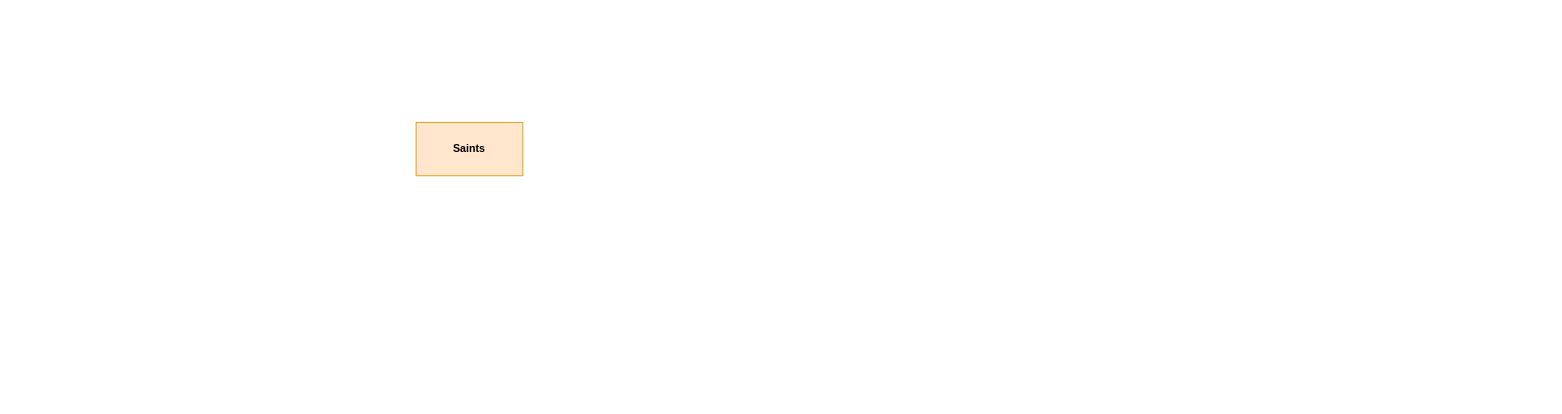
the-catholics/Saints-API keeps this draw.io diagram as Documentation/ConceptualModel.drawio. Above is the earlier version. Source tidied: cells renumbered, new cells numbered last; positions are measured from the earlier drawing's top-left corner, leaving out a move shared by most shapes. Both pictures are drawn from the tidied source at 89%, with x=0, y=0 at pixel (416, 122).
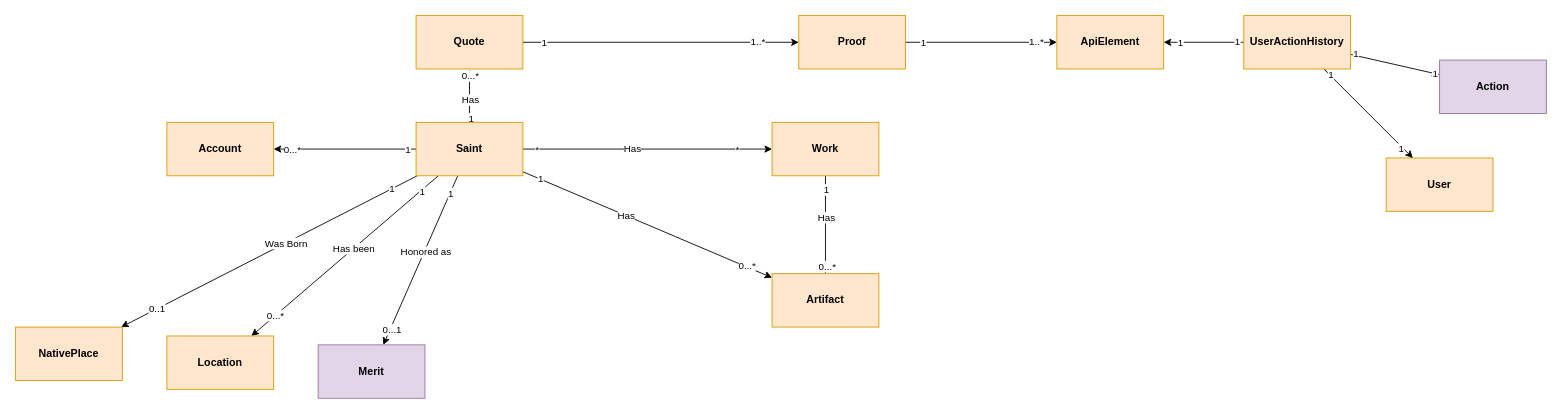
The same diagram, later.

Change to the diagram source:
```diff
@@
+    <mxCell id="3" style="rounded=0;jettySize=auto;html=1;" parent="1" edge="1" source="2" target="34">
+      <mxGeometry relative="1" as="geometry" />
+    </mxCell>
+    <mxCell id="4" value="*" style="edgeLabel;html=1;align=center;verticalAlign=middle;" parent="3" vertex="1">
+      <mxGeometry x="-0.89" relative="1" as="geometry" />
+    </mxCell>
+    <mxCell id="5" value="*" style="edgeLabel;html=1;align=center;verticalAlign=middle;" parent="3" vertex="1">
+      <mxGeometry x="0.76" relative="1" as="geometry">
+        <mxPoint x="-6" as="offset" />
+      </mxGeometry>
+    </mxCell>
+    <mxCell id="6" value="Has" style="edgeLabel;html=1;align=center;verticalAlign=middle;" parent="3" vertex="1">
+      <mxGeometry x="-0.13" y="1" relative="1" as="geometry" />
+    </mxCell>
+    <mxCell id="7" style="edgeStyle=none;rounded=0;jettySize=auto;html=1;" parent="1" edge="1" source="2" target="35">
+      <mxGeometry relative="1" as="geometry" />
+    </mxCell>
+    <mxCell id="8" value="1" style="edgeLabel;html=1;align=center;verticalAlign=middle;" parent="7" vertex="1">
+      <mxGeometry x="-0.83" relative="1" as="geometry" />
+    </mxCell>
+    <mxCell id="9" value="0..1" style="edgeLabel;html=1;align=center;verticalAlign=middle;" parent="7" vertex="1">
+      <mxGeometry x="0.76" relative="1" as="geometry" />
+    </mxCell>
+    <mxCell id="10" value="Was Born" style="edgeLabel;html=1;align=center;verticalAlign=middle;" parent="7" vertex="1">
+      <mxGeometry x="-0.11" relative="1" as="geometry" />
+    </mxCell>
+    <mxCell id="11" style="edgeStyle=none;rounded=0;jettySize=auto;html=1;" parent="1" edge="1" source="2" target="36">
+      <mxGeometry relative="1" as="geometry" />
+    </mxCell>
+    <mxCell id="12" value="Has been" style="edgeLabel;html=1;align=center;verticalAlign=middle;" parent="11" vertex="1">
+      <mxGeometry x="-0.09" relative="1" as="geometry" />
+    </mxCell>
+    <mxCell id="13" value="1" style="edgeLabel;html=1;align=center;verticalAlign=middle;" parent="11" vertex="1">
+      <mxGeometry x="-0.82" y="1" relative="1" as="geometry" />
+    </mxCell>
+    <mxCell id="14" value="0...*" style="edgeLabel;html=1;align=center;verticalAlign=middle;" parent="11" vertex="1">
+      <mxGeometry x="0.74" y="-1" relative="1" as="geometry" />
+    </mxCell>
+    <mxCell id="15" style="edgeStyle=none;rounded=0;jettySize=auto;html=1;" parent="1" edge="1" source="2" target="40">
+      <mxGeometry relative="1" as="geometry" />
+    </mxCell>
+    <mxCell id="16" value="1" style="edgeLabel;html=1;align=center;verticalAlign=middle;" parent="15" vertex="1">
+      <mxGeometry x="-0.84" y="-1" relative="1" as="geometry" />
+    </mxCell>
+    <mxCell id="17" value="0...*" style="edgeLabel;html=1;align=center;verticalAlign=middle;" parent="15" vertex="1">
+      <mxGeometry x="0.76" relative="1" as="geometry" />
+    </mxCell>
+    <mxCell id="18" value="Has" style="edgeLabel;html=1;align=center;verticalAlign=middle;" parent="15" vertex="1">
+      <mxGeometry x="-0.15" relative="1" as="geometry" />
+    </mxCell>
+    <mxCell id="19" style="rounded=0;jettySize=auto;html=1;" parent="1" edge="1" source="2" target="41">
+      <mxGeometry relative="1" as="geometry" />
+    </mxCell>
+    <mxCell id="20" value="1" style="edgeLabel;html=1;align=center;verticalAlign=middle;" parent="19" vertex="1">
+      <mxGeometry x="-0.86" y="1" relative="1" as="geometry" />
+    </mxCell>
+    <mxCell id="21" value="0...*" style="edgeLabel;html=1;align=center;verticalAlign=middle;" parent="19" vertex="1">
+      <mxGeometry x="0.79" y="2" relative="1" as="geometry" />
+    </mxCell>
+    <mxCell id="22" value="Has" style="edgeLabel;html=1;align=center;verticalAlign=middle;" parent="19" vertex="1">
+      <mxGeometry x="-0.18" relative="1" as="geometry" />
+    </mxCell>
+    <mxCell id="23" style="edgeStyle=none;rounded=0;jettySize=auto;html=1;" parent="1" edge="1" source="2" target="46">
+      <mxGeometry relative="1" as="geometry" />
+    </mxCell>
+    <mxCell id="24" value="1" style="edgeLabel;html=1;align=center;verticalAlign=middle;" parent="23" vertex="1">
+      <mxGeometry x="-0.87" relative="1" as="geometry" />
+    </mxCell>
+    <mxCell id="25" value="0...*" style="edgeLabel;html=1;align=center;verticalAlign=middle;" parent="23" vertex="1">
+      <mxGeometry x="0.8" relative="1" as="geometry">
+        <mxPoint x="4" as="offset" />
+      </mxGeometry>
+    </mxCell>
+    <mxCell id="26" style="edgeStyle=none;rounded=0;jettySize=auto;html=1;" parent="1" edge="1" source="2" target="48">
+      <mxGeometry relative="1" as="geometry" />
+    </mxCell>
+    <mxCell id="27" value="1" style="edgeLabel;html=1;align=center;verticalAlign=middle;" parent="26" vertex="1">
+      <mxGeometry x="-0.8" relative="1" as="geometry" />
+    </mxCell>
+    <mxCell id="28" value="0...1" style="edgeLabel;html=1;align=center;verticalAlign=middle;" parent="26" vertex="1">
+      <mxGeometry x="0.81" y="1" relative="1" as="geometry" />
+    </mxCell>
+    <mxCell id="29" value="Honored as" style="edgeLabel;html=1;align=center;verticalAlign=middle;" parent="26" vertex="1">
+      <mxGeometry x="-0.1" y="1" relative="1" as="geometry" />
+    </mxCell>
-    <mxCell id="2" value="&lt;b&gt;Saints&lt;/b&gt;" style="rounded=0;whiteSpace=wrap;html=1;fillColor=#ffe6cc;strokeColor=#d79b00;" parent="1" vertex="1">
+    <mxCell id="2" value="&lt;b&gt;Saint&lt;/b&gt;" style="rounded=0;whiteSpace=wrap;html=1;fillColor=#ffe6cc;strokeColor=#d79b00;" parent="1" vertex="1">
       <mxGeometry width="120" height="60" as="geometry" />
     </mxCell>
+    <mxCell id="30" style="edgeStyle=none;rounded=0;jettySize=auto;html=1;" parent="1" edge="1" source="34" target="41">
+      <mxGeometry relative="1" as="geometry" />
+    </mxCell>
+    <mxCell id="31" value="Has" style="edgeLabel;html=1;align=center;verticalAlign=middle;" parent="30" vertex="1">
+      <mxGeometry x="-0.17" relative="1" as="geometry" />
+    </mxCell>
+    <mxCell id="32" value="1" style="edgeLabel;html=1;align=center;verticalAlign=middle;" parent="30" vertex="1">
+      <mxGeometry x="-0.91" relative="1" as="geometry">
+        <mxPoint y="10" as="offset" />
+      </mxGeometry>
+    </mxCell>
+    <mxCell id="33" value="0...*" style="edgeLabel;html=1;align=center;verticalAlign=middle;" parent="30" vertex="1">
+      <mxGeometry x="0.84" y="1" relative="1" as="geometry" />
+    </mxCell>
+    <mxCell id="34" value="&lt;b&gt;Work&lt;/b&gt;" style="rounded=0;whiteSpace=wrap;html=1;fillColor=#ffe6cc;strokeColor=#d79b00;" parent="1" vertex="1">
+      <mxGeometry x="400" width="120" height="60" as="geometry" />
+    </mxCell>
+    <mxCell id="35" value="&lt;b&gt;NativePlace&lt;br&gt;&lt;/b&gt;" style="rounded=0;whiteSpace=wrap;html=1;fillColor=#ffe6cc;strokeColor=#d79b00;" parent="1" vertex="1">
+      <mxGeometry x="-450" y="230" width="120" height="60" as="geometry" />
+    </mxCell>
+    <mxCell id="36" value="&lt;b&gt;Location&lt;/b&gt;" style="rounded=0;whiteSpace=wrap;html=1;fillColor=#ffe6cc;strokeColor=#d79b00;" parent="1" vertex="1">
+      <mxGeometry x="-280" y="240" width="120" height="60" as="geometry" />
+    </mxCell>
+    <mxCell id="37" style="edgeStyle=none;rounded=0;jettySize=auto;html=1;" parent="1" edge="1" source="40" target="45">
+      <mxGeometry relative="1" as="geometry" />
+    </mxCell>
+    <mxCell id="38" value="1" style="edgeLabel;html=1;align=center;verticalAlign=middle;" parent="37" vertex="1">
+      <mxGeometry x="-0.85" relative="1" as="geometry" />
+    </mxCell>
+    <mxCell id="39" value="1..*" style="edgeLabel;html=1;align=center;verticalAlign=middle;" parent="37" vertex="1">
+      <mxGeometry x="0.73" y="1" relative="1" as="geometry">
+        <mxPoint x="-5" as="offset" />
+      </mxGeometry>
+    </mxCell>
+    <mxCell id="40" value="&lt;b&gt;Quote&lt;/b&gt;" style="rounded=0;whiteSpace=wrap;html=1;fillColor=#ffe6cc;strokeColor=#d79b00;" parent="1" vertex="1">
+      <mxGeometry y="-120" width="120" height="60" as="geometry" />
+    </mxCell>
+    <mxCell id="41" value="&lt;b&gt;Artifact&lt;br&gt;&lt;/b&gt;" style="rounded=0;whiteSpace=wrap;html=1;fillColor=#ffe6cc;strokeColor=#d79b00;" parent="1" vertex="1">
+      <mxGeometry x="400" y="170" width="120" height="60" as="geometry" />
+    </mxCell>
+    <mxCell id="42" style="edgeStyle=none;rounded=0;jettySize=auto;html=1;" parent="1" edge="1" source="45" target="47">
+      <mxGeometry relative="1" as="geometry" />
+    </mxCell>
+    <mxCell id="43" value="1" style="edgeLabel;html=1;align=center;verticalAlign=middle;" parent="42" vertex="1">
+      <mxGeometry x="-0.78" relative="1" as="geometry" />
+    </mxCell>
+    <mxCell id="44" value="1..*" style="edgeLabel;html=1;align=center;verticalAlign=middle;" parent="42" vertex="1">
+      <mxGeometry x="0.72" y="1" relative="1" as="geometry" />
+    </mxCell>
+    <mxCell id="45" value="&lt;b&gt;Proof&lt;/b&gt;" style="rounded=0;whiteSpace=wrap;html=1;fillColor=#ffe6cc;strokeColor=#d79b00;" parent="1" vertex="1">
+      <mxGeometry x="430" y="-120" width="120" height="60" as="geometry" />
+    </mxCell>
+    <mxCell id="46" value="&lt;b&gt;Account&lt;/b&gt;" style="rounded=0;whiteSpace=wrap;html=1;fillColor=#ffe6cc;strokeColor=#d79b00;" parent="1" vertex="1">
+      <mxGeometry x="-280" width="120" height="60" as="geometry" />
+    </mxCell>
+    <mxCell id="47" value="&lt;b&gt;ApiElement&lt;/b&gt;" style="rounded=0;whiteSpace=wrap;html=1;fillColor=#ffe6cc;strokeColor=#d79b00;" parent="1" vertex="1">
+      <mxGeometry x="720" y="-120" width="120" height="60" as="geometry" />
+    </mxCell>
+    <mxCell id="48" value="&lt;b&gt;Merit&lt;/b&gt;" style="rounded=0;whiteSpace=wrap;html=1;fillColor=#e1d5e7;strokeColor=#9673a6;" parent="1" vertex="1">
+      <mxGeometry x="-110" y="250" width="120" height="60" as="geometry" />
+    </mxCell>
+    <mxCell id="49" value="&lt;b&gt;User&lt;/b&gt;" style="rounded=0;whiteSpace=wrap;html=1;fillColor=#ffe6cc;strokeColor=#d79b00;" parent="1" vertex="1">
+      <mxGeometry x="1090" y="40" width="120" height="60" as="geometry" />
+    </mxCell>
+    <mxCell id="50" value="&lt;b&gt;Action&lt;/b&gt;" style="rounded=0;whiteSpace=wrap;html=1;fillColor=#e1d5e7;strokeColor=#9673a6;" parent="1" vertex="1">
+      <mxGeometry x="1150" y="-70" width="120" height="60" as="geometry" />
+    </mxCell>
+    <mxCell id="51" style="edgeStyle=none;rounded=0;jettySize=auto;html=1;" parent="1" edge="1" source="60" target="50">
+      <mxGeometry relative="1" as="geometry" />
+    </mxCell>
+    <mxCell id="52" value="1" style="edgeLabel;html=1;align=center;verticalAlign=middle;" parent="51" vertex="1">
+      <mxGeometry x="-0.9" y="2" relative="1" as="geometry" />
+    </mxCell>
+    <mxCell id="53" value="1" style="edgeLabel;html=1;align=center;verticalAlign=middle;" parent="51" vertex="1">
+      <mxGeometry x="0.9" relative="1" as="geometry" />
+    </mxCell>
+    <mxCell id="54" style="edgeStyle=none;rounded=0;jettySize=auto;html=1;" parent="1" edge="1" source="60" target="49">
+      <mxGeometry relative="1" as="geometry" />
+    </mxCell>
+    <mxCell id="55" value="1" style="edgeLabel;html=1;align=center;verticalAlign=middle;" parent="54" vertex="1">
+      <mxGeometry x="-0.86" relative="1" as="geometry">
+        <mxPoint y="-1" as="offset" />
+      </mxGeometry>
+    </mxCell>
+    <mxCell id="56" value="1" style="edgeLabel;html=1;align=center;verticalAlign=middle;" parent="54" vertex="1">
+      <mxGeometry x="0.77" y="-2" relative="1" as="geometry" />
+    </mxCell>
+    <mxCell id="57" style="edgeStyle=none;rounded=0;jettySize=auto;html=1;" parent="1" edge="1" source="60" target="47">
+      <mxGeometry relative="1" as="geometry" />
+    </mxCell>
+    <mxCell id="58" value="1" style="edgeLabel;html=1;align=center;verticalAlign=middle;" parent="57" vertex="1">
+      <mxGeometry x="-0.93" y="-1" relative="1" as="geometry">
+        <mxPoint x="-5" as="offset" />
+      </mxGeometry>
+    </mxCell>
+    <mxCell id="59" value="1" style="edgeLabel;html=1;align=center;verticalAlign=middle;" parent="57" vertex="1">
+      <mxGeometry x="0.87" relative="1" as="geometry">
+        <mxPoint x="12" as="offset" />
+      </mxGeometry>
+    </mxCell>
+    <mxCell id="60" value="&lt;b&gt;UserActionHistory&lt;/b&gt;" style="rounded=0;whiteSpace=wrap;html=1;fillColor=#ffe6cc;strokeColor=#d79b00;" parent="1" vertex="1">
+      <mxGeometry x="930" y="-120" width="120" height="60" as="geometry" />
+    </mxCell>
```
